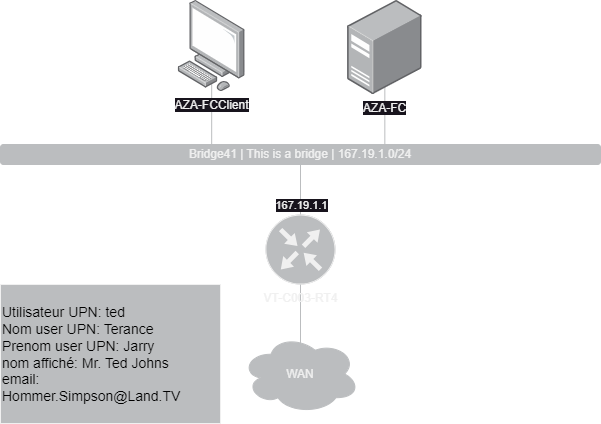
Morgan-DD/GenerateShema keeps this draw.io diagram as imageForReadMe/aprecu2.png. Above is the earlier version. Source tidied: cells renumbered, new cells last; positions are measured from the earlier drawing's top-left corner, leaving out a move shared by most shapes.
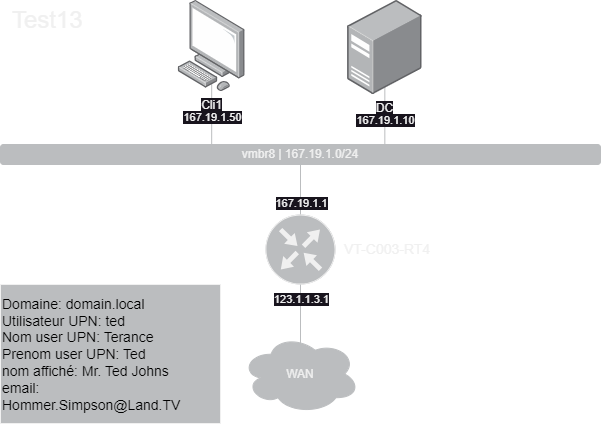
The same file after the commit.

Change to the diagram source:
```diff
@@ -8,12 +8,18 @@
         <mxPoint x="211.2" y="151" as="targetPoint" />
       </mxGeometry>
     </mxCell>
+    <mxCell id="13" value="167.19.1.50" style="edgeLabel;html=1;align=center;verticalAlign=middle;" parent="2" vertex="1">
+      <mxGeometry relative="1" as="geometry" />
+    </mxCell>
     <mxCell id="3" style="endArrow=none;html=1;rounded=0;strokeColor=#BBBDBF;entryX=0.5;entryY=1;entryDx=0;entryDy=0;" parent="1" edge="1">
       <mxGeometry relative="1" as="geometry">
         <mxPoint x="384.3" y="84" as="sourcePoint" />
         <mxPoint x="384.3" y="154" as="targetPoint" />
       </mxGeometry>
     </mxCell>
+    <mxCell id="14" value="167.19.1.10" style="edgeLabel;html=1;align=center;verticalAlign=middle;" parent="3" vertex="1">
+      <mxGeometry relative="1" as="geometry" />
+    </mxCell>
     <mxCell id="4" style="endArrow=none;html=1;rounded=0;strokeColor=#BBBDBF;entryX=0.5;entryY=1;entryDx=0;entryDy=0;" parent="1" edge="1">
       <mxGeometry relative="1" as="geometry">
         <mxPoint x="300" y="215" as="sourcePoint" />
@@ -21,33 +27,40 @@
       </mxGeometry>
     </mxCell>
     <mxCell id="5" value="167.19.1.1" style="edgeLabel;html=1;align=center;verticalAlign=middle;" parent="4" vertex="1">
-      <mxGeometry y="-3" relative="1" as="geometry">
-        <mxPoint x="-3" y="15" as="offset" />
-      </mxGeometry>
+      <mxGeometry x="-0.5" relative="1" as="geometry" />
     </mxCell>
-    <mxCell id="6" style="endArrow=none;html=1;rounded=0;strokeColor=#BBBDBF;entryX=0.5;entryY=1;entryDx=0;entryDy=0;" parent="1" edge="1">
-      <mxGeometry relative="1" as="geometry">
-        <mxPoint x="300" y="344" as="sourcePoint" />
-        <mxPoint x="300" y="283" as="targetPoint" />
-      </mxGeometry>
-    </mxCell>
+    <mxCell id="15" value="&lt;font style=&quot;font-size: 14px;&quot;&gt;VT-C003-RT4&lt;/font&gt;" style="text;html=1;align=left;verticalAlign=middle;strokeColor=none;fillColor=none;" parent="1" vertex="1">
+      <mxGeometry x="342" y="234" width="100" height="30" as="geometry" />
+    </mxCell>
+    <mxCell id="16" style="endArrow=none;html=1;rounded=0;strokeColor=#BBBDBF;entryX=0.5;entryY=1;entryDx=0;entryDy=0;" parent="1" edge="1">
+      <mxGeometry relative="1" as="geometry">
+        <mxPoint x="300" y="344" as="sourcePoint" />
+        <mxPoint x="300" y="283" as="targetPoint" />
+      </mxGeometry>
+    </mxCell>
+    <mxCell id="17" value="123.1.1.3.1" style="edgeLabel;html=1;align=center;verticalAlign=middle;" parent="16" vertex="1">
+      <mxGeometry x="0.5" relative="1" as="geometry" />
+    </mxCell>
+    <mxCell id="18" value="&lt;font style=&quot;font-size: 24px;&quot;&gt;Test13&lt;/font&gt;" style="text;html=1;align=left;verticalAlign=middle;strokeColor=none;fillColor=none;" parent="1" vertex="1">
+      <mxGeometry x="10" y="5" width="100" height="30" as="geometry" />
+    </mxCell>
-    <mxCell id="7" value="AZA-FCClient" style="image;html=1;align=center;shadow=0;dashed=0;image=img/lib/allied_telesis/computer_and_terminals/Personal_Computer.svg;" parent="1" vertex="1">
+    <mxCell id="7" value="Cli1" style="image;html=1;align=center;shadow=0;dashed=0;image=img/lib/allied_telesis/computer_and_terminals/Personal_Computer.svg;" parent="1" vertex="1">
       <mxGeometry x="177.7" width="67" height="91" as="geometry" />
     </mxCell>
-    <mxCell id="8" value="AZA-FC" style="image;html=1;align=center;shadow=0;dashed=0;image=img/lib/allied_telesis/computer_and_terminals/Server_Desktop.svg;" parent="1" vertex="1">
+    <mxCell id="8" value="DC" style="image;html=1;align=center;shadow=0;dashed=0;image=img/lib/allied_telesis/computer_and_terminals/Server_Desktop.svg;" parent="1" vertex="1">
       <mxGeometry x="337.3" width="94" height="94" as="geometry" />
     </mxCell>
-    <mxCell id="9" value="Bridge41 | This is a bridge | 167.19.1.0/24" style="rounded=1;whiteSpace=wrap;html=1;fillStyle=auto;strokeColor=#bbbdbf;fillColor=#bbbdbf;" parent="1" vertex="1">
+    <mxCell id="9" value="vmbr8 | 167.19.1.0/24" style="rounded=1;whiteSpace=wrap;html=1;fillStyle=auto;strokeColor=#bbbdbf;fillColor=#bbbdbf;" parent="1" vertex="1">
       <mxGeometry y="144" width="600" height="20" as="geometry" />
     </mxCell>
-    <mxCell id="10" value="VT-C003-RT4" style="sketch=0;verticalLabelPosition=bottom;html=1;verticalAlign=top;align=center;shape=mxgraph.cisco19.rect;prIcon=router;fillColor=#BBBDBF;" parent="1" vertex="1">
+    <mxCell id="10" style="sketch=0;verticalLabelPosition=bottom;html=1;verticalAlign=top;align=center;shape=mxgraph.cisco19.rect;prIcon=router;fillColor=#BBBDBF;" parent="1" vertex="1">
       <mxGeometry x="265" y="214" width="70" height="70" as="geometry" />
     </mxCell>
     <mxCell id="11" value="WAN" style="ellipse;shape=cloud;whiteSpace=wrap;html=1;strokeColor=#BBBDBF;fillColor=#BBBDBF;" parent="1" vertex="1">
       <mxGeometry x="241" y="334" width="118" height="79" as="geometry" />
     </mxCell>
-    <mxCell id="12" value="&lt;font color=&quot;#000000&quot; style=&quot;font-size: 14px;&quot;&gt;Utilisateur UPN: ted&lt;br&gt;Nom user UPN: Terance&lt;br&gt;Prenom user UPN: Jarry&lt;br&gt;nom affiché: Mr. Ted Johns&lt;br&gt;&lt;/font&gt;&lt;div style=&quot;font-size: 14px;&quot;&gt;&lt;span style=&quot;background-color: initial;&quot;&gt;&lt;font color=&quot;#000000&quot; style=&quot;font-size: 14px;&quot;&gt;email: Hommer.Simpson@Land.TV&lt;/font&gt;&lt;/span&gt;&lt;/div&gt;" style="rounded=0;whiteSpace=wrap;html=1;fillColor=#BBBDBF;align=left;" parent="1" vertex="1">
-      <mxGeometry y="284" width="220" height="139" as="geometry" />
-    </mxCell>
+    <mxCell id="19" value="&lt;font color=&quot;#000000&quot; style=&quot;font-size: 14px;&quot;&gt;Domaine: domain.local&lt;br&gt;Utilisateur UPN: ted&lt;br&gt;Nom user UPN: Terance&lt;br&gt;Prenom user UPN: Ted&lt;br&gt;nom affiché: Mr. Ted Johns&lt;br&gt;&lt;/font&gt;&lt;div style=&quot;font-size: 14px;&quot;&gt;&lt;span style=&quot;background-color: initial;&quot;&gt;&lt;font color=&quot;#000000&quot; style=&quot;font-size: 14px;&quot;&gt;email: Hommer.Simpson@Land.TV&lt;/font&gt;&lt;/span&gt;&lt;/div&gt;" style="rounded=0;whiteSpace=wrap;html=1;fillColor=#BBBDBF;align=left;" parent="1" vertex="1">
+      <mxGeometry y="284" width="220" height="139" as="geometry" />
+    </mxCell>
   </root>
 </mxGraphModel>
```
